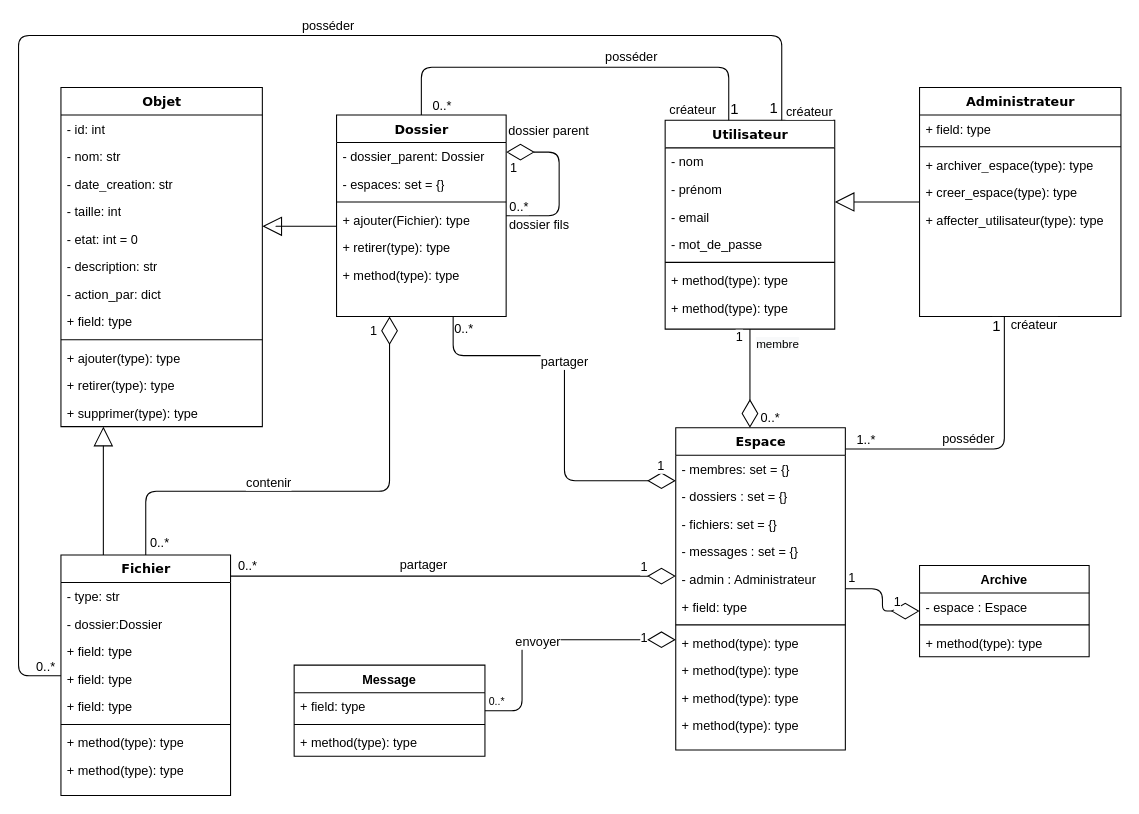
This is diagrams/Class.drawio from AbdourahamaneIssakaSani/ged, a draw.io file, before an edit. Source tidied: cells renumbered, new cells numbered last; positions are measured from the earlier drawing's top-left corner, leaving out a move shared by most shapes. Both pictures are drawn from the tidied source at 106%, with x=0, y=0 at pixel (18, 35).
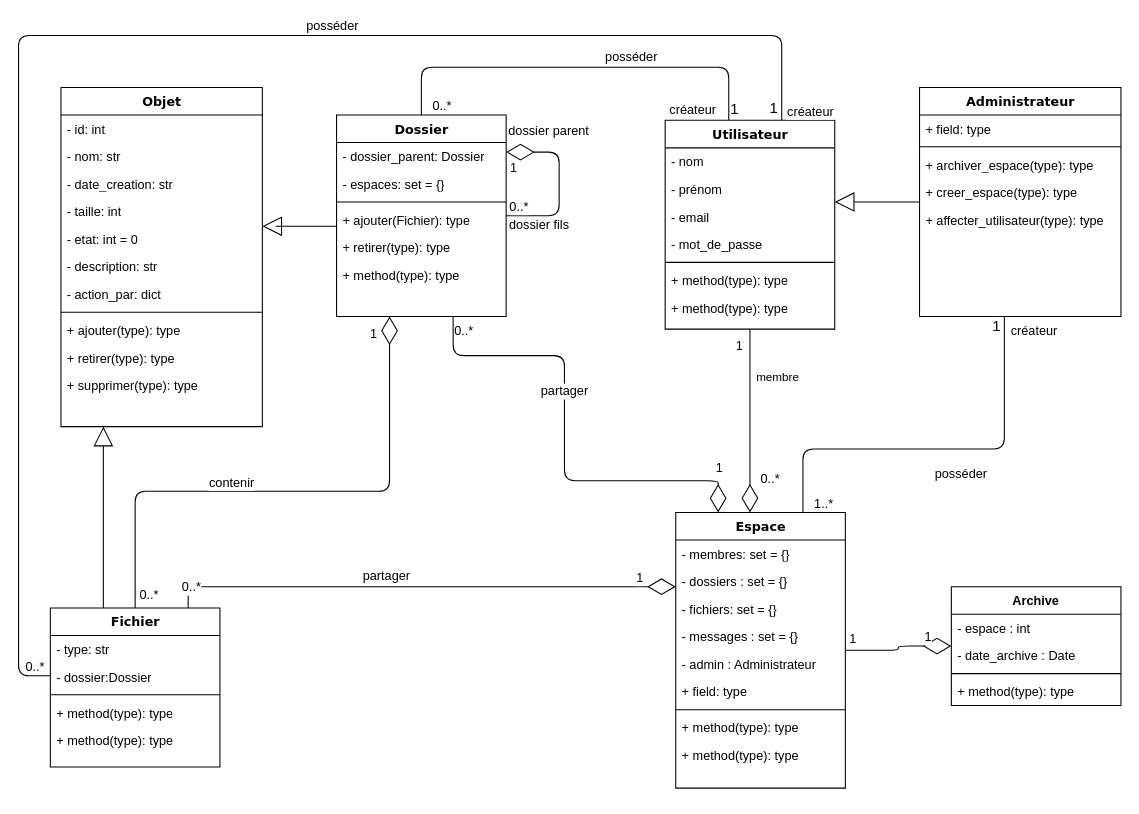
After the change.

Unchanged cells that the change refers to:
```xml
<mxCell id="15" value="Dossier" style="swimlane;html=1;fontStyle=1;align=center;verticalAlign=top;horizontal=1;startSize=26;swimlaneFillColor=#ffffff;rounded=0;shadow=0;comic=0;labelBackgroundColor=none;strokeWidth=1;fillColor=none;fontFamily=Verdana;fontSize=12;" parent="1" vertex="1">
  <mxGeometry x="300" y="75" width="160" height="190" as="geometry" />
</mxCell>
<mxCell id="43" value="Administrateur" style="swimlane;html=1;fontStyle=1;align=center;verticalAlign=top;horizontal=1;startSize=26;swimlaneFillColor=#ffffff;rounded=0;shadow=0;comic=0;labelBackgroundColor=none;strokeWidth=1;fillColor=none;fontFamily=Verdana;fontSize=12;" parent="1" vertex="1">
  <mxGeometry x="850" y="49" width="190" height="216" as="geometry" />
</mxCell>
<mxCell id="67" value="Objet" style="swimlane;html=1;fontStyle=1;align=center;verticalAlign=top;horizontal=1;startSize=26;swimlaneFillColor=#ffffff;rounded=0;shadow=0;comic=0;labelBackgroundColor=none;strokeWidth=1;fillColor=none;fontFamily=Verdana;fontSize=12;" parent="1" vertex="1">
  <mxGeometry x="40" y="49" width="190" height="320" as="geometry" />
</mxCell>
```

Diff of the diagram source:
```diff
@@
     <mxCell id="2" style="endArrow=diamondThin;endFill=0;endSize=24;html=1;edgeStyle=orthogonalEdgeStyle;fontSize=12;" parent="1" edge="1" source="15" target="30">
       <mxGeometry relative="1" as="geometry">
         <Array as="points">
           <mxPoint x="410" y="302" />
           <mxPoint x="515" y="302" />
           <mxPoint x="515" y="420" />
+          <mxPoint x="660" y="420" />
         </Array>
       </mxGeometry>
     </mxCell>
@@
     <mxCell id="4" value="&lt;font style=&quot;font-size: 12px&quot;&gt;1&lt;/font&gt;" style="edgeLabel;html=1;align=center;verticalAlign=middle;" parent="2" vertex="1">
       <mxGeometry x="0.81" y="2" relative="1" as="geometry">
-        <mxPoint x="20" y="-13" as="offset" />
+        <mxPoint x="11" y="-11" as="offset" />
       </mxGeometry>
     </mxCell>
@@
     <mxCell id="6" value="Fichier" style="swimlane;html=1;fontStyle=1;align=center;verticalAlign=top;horizontal=1;startSize=26;swimlaneFillColor=#ffffff;rounded=0;shadow=0;comic=0;labelBackgroundColor=none;strokeWidth=1;fillColor=none;fontFamily=Verdana;fontSize=12;" parent="1" vertex="1">
-      <mxGeometry x="40" y="490" width="160" height="227" as="geometry" />
+      <mxGeometry x="30" y="540" width="160" height="150" as="geometry" />
     </mxCell>
@@
-    <mxCell id="9" value="+ field: type" style="text;html=1;strokeColor=none;fillColor=none;align=left;verticalAlign=top;spacingLeft=4;spacingRight=4;whiteSpace=wrap;overflow=hidden;" parent="6" vertex="1">
-      <mxGeometry y="78" width="160" height="26" as="geometry" />
-    </mxCell>
-    <mxCell id="10" value="+ field: type" style="text;html=1;strokeColor=none;fillColor=none;align=left;verticalAlign=top;spacingLeft=4;spacingRight=4;whiteSpace=wrap;overflow=hidden;" parent="6" vertex="1">
-      <mxGeometry y="104" width="160" height="26" as="geometry" />
-    </mxCell>
-    <mxCell id="11" value="+ field: type" style="text;html=1;strokeColor=none;fillColor=none;align=left;verticalAlign=top;spacingLeft=4;spacingRight=4;whiteSpace=wrap;overflow=hidden;" parent="6" vertex="1">
-      <mxGeometry y="130" width="160" height="26" as="geometry" />
-    </mxCell>
     <mxCell id="12" style="line;html=1;strokeWidth=1;fillColor=none;align=left;verticalAlign=middle;spacingTop=-1;spacingLeft=3;spacingRight=3;labelPosition=right;" parent="6" vertex="1">
-      <mxGeometry y="156" width="160" height="8" as="geometry" />
+      <mxGeometry y="78" width="160" height="8" as="geometry" />
     </mxCell>
     <mxCell id="13" value="+ method(type): type" style="text;html=1;strokeColor=none;fillColor=none;align=left;verticalAlign=top;spacingLeft=4;spacingRight=4;whiteSpace=wrap;overflow=hidden;" parent="6" vertex="1">
-      <mxGeometry y="164" width="160" height="26" as="geometry" />
+      <mxGeometry y="86" width="160" height="26" as="geometry" />
     </mxCell>
     <mxCell id="14" value="+ method(type): type" style="text;html=1;strokeColor=none;fillColor=none;align=left;verticalAlign=top;spacingLeft=4;spacingRight=4;whiteSpace=wrap;overflow=hidden;" parent="6" vertex="1">
-      <mxGeometry y="190" width="160" height="26" as="geometry" />
+      <mxGeometry y="112" width="160" height="26" as="geometry" />
     </mxCell>
@@
     <mxCell id="30" value="Espace" style="swimlane;html=1;fontStyle=1;align=center;verticalAlign=top;horizontal=1;startSize=26;swimlaneFillColor=#ffffff;rounded=0;shadow=0;comic=0;labelBackgroundColor=none;strokeWidth=1;fillColor=none;fontFamily=Verdana;fontSize=12;" parent="1" vertex="1">
-      <mxGeometry x="620" y="370" width="160" height="304" as="geometry" />
+      <mxGeometry x="620" y="450" width="160" height="260" as="geometry" />
     </mxCell>
@@
-    <mxCell id="40" value="+ method(type): type" style="text;html=1;strokeColor=none;fillColor=none;align=left;verticalAlign=top;spacingLeft=4;spacingRight=4;whiteSpace=wrap;overflow=hidden;" parent="30" vertex="1">
-      <mxGeometry y="242" width="160" height="26" as="geometry" />
-    </mxCell>
-    <mxCell id="41" value="+ method(type): type" style="text;html=1;strokeColor=none;fillColor=none;align=left;verticalAlign=top;spacingLeft=4;spacingRight=4;whiteSpace=wrap;overflow=hidden;" parent="30" vertex="1">
-      <mxGeometry y="268" width="160" height="26" as="geometry" />
-    </mxCell>
@@
     <mxCell id="49" style="edgeStyle=orthogonalEdgeStyle;html=1;labelBackgroundColor=none;startFill=0;startSize=6;endArrow=diamondThin;endFill=0;endSize=24;fontFamily=Verdana;fontSize=12;elbow=vertical;" parent="1" edge="1" source="6" target="15">
       <mxGeometry relative="1" as="geometry">
         <Array as="points">
-          <mxPoint x="120" y="430" />
+          <mxPoint x="110" y="430" />
           <mxPoint x="350" y="430" />
         </Array>
       </mxGeometry>
     </mxCell>
@@
     <mxCell id="56" style="endArrow=diamondThin;endFill=0;endSize=24;html=1;edgeStyle=elbowEdgeStyle;elbow=vertical;" parent="1" edge="1" source="6" target="30">
       <mxGeometry relative="1" as="geometry">
         <Array as="points">
-          <mxPoint x="500" y="510" />
+          <mxPoint x="160" y="520" />
+          <mxPoint x="170" y="530" />
         </Array>
       </mxGeometry>
     </mxCell>
@@
     <mxCell id="63" value="Archive" style="swimlane;fontStyle=1;align=center;verticalAlign=top;horizontal=1;startSize=26;" parent="1" vertex="1">
-      <mxGeometry x="850" y="500" width="160" height="86" as="geometry" />
+      <mxGeometry x="880" y="520" width="160" height="112" as="geometry" />
     </mxCell>
-    <mxCell id="64" value="- espace : Espace" style="text;strokeColor=none;fillColor=none;align=left;verticalAlign=top;spacingLeft=4;spacingRight=4;overflow=hidden;" parent="63" vertex="1">
+    <mxCell id="64" value="- espace : int" style="text;strokeColor=none;fillColor=none;align=left;verticalAlign=top;spacingLeft=4;spacingRight=4;overflow=hidden;" parent="63" vertex="1">
       <mxGeometry y="26" width="160" height="26" as="geometry" />
     </mxCell>
+    <mxCell id="110" value="- date_archive : Date" style="text;strokeColor=none;fillColor=none;align=left;verticalAlign=top;spacingLeft=4;spacingRight=4;overflow=hidden;" parent="63" vertex="1">
+      <mxGeometry y="52" width="160" height="26" as="geometry" />
+    </mxCell>
     <mxCell id="65" style="line;strokeWidth=1;fillColor=none;align=left;verticalAlign=middle;spacingTop=-1;spacingLeft=3;spacingRight=3;labelPosition=right;" parent="63" vertex="1">
-      <mxGeometry y="52" width="160" height="8" as="geometry" />
+      <mxGeometry y="78" width="160" height="8" as="geometry" />
     </mxCell>
     <mxCell id="66" value="+ method(type): type" style="text;strokeColor=none;fillColor=none;align=left;verticalAlign=top;spacingLeft=4;spacingRight=4;overflow=hidden;" parent="63" vertex="1">
-      <mxGeometry y="60" width="160" height="26" as="geometry" />
+      <mxGeometry y="86" width="160" height="26" as="geometry" />
     </mxCell>
@@
-    <mxCell id="75" value="+ field: type" style="text;html=1;strokeColor=none;fillColor=none;align=left;verticalAlign=top;spacingLeft=4;spacingRight=4;whiteSpace=wrap;overflow=hidden;" parent="67" vertex="1">
-      <mxGeometry y="208" width="190" height="26" as="geometry" />
-    </mxCell>
     <mxCell id="76" style="line;html=1;strokeWidth=1;fillColor=none;align=left;verticalAlign=middle;spacingTop=-1;spacingLeft=3;spacingRight=3;labelPosition=right;" parent="67" vertex="1">
-      <mxGeometry y="234" width="190" height="8" as="geometry" />
+      <mxGeometry y="208" width="190" height="8" as="geometry" />
     </mxCell>
     <mxCell id="77" value="+ ajouter(type): type" style="text;html=1;strokeColor=none;fillColor=none;align=left;verticalAlign=top;spacingLeft=4;spacingRight=4;whiteSpace=wrap;overflow=hidden;" parent="67" vertex="1">
-      <mxGeometry y="242" width="190" height="26" as="geometry" />
+      <mxGeometry y="216" width="190" height="26" as="geometry" />
     </mxCell>
     <mxCell id="78" value="+ retirer(type): type" style="text;html=1;strokeColor=none;fillColor=none;align=left;verticalAlign=top;spacingLeft=4;spacingRight=4;whiteSpace=wrap;overflow=hidden;" parent="67" vertex="1">
-      <mxGeometry y="268" width="190" height="26" as="geometry" />
+      <mxGeometry y="242" width="190" height="26" as="geometry" />
     </mxCell>
     <mxCell id="79" value="+ supprimer(type): type" style="text;html=1;strokeColor=none;fillColor=none;align=left;verticalAlign=top;spacingLeft=4;spacingRight=4;whiteSpace=wrap;overflow=hidden;" parent="67" vertex="1">
-      <mxGeometry y="294" width="190" height="26" as="geometry" />
+      <mxGeometry y="268" width="190" height="26" as="geometry" />
     </mxCell>
@@
-    <mxCell id="82" style="endArrow=diamondThin;endFill=0;endSize=24;html=1;snapToPoint=0;fixDash=0;noJump=0;shadow=0;sketch=0;edgeStyle=orthogonalEdgeStyle;" parent="1" edge="1" source="86" target="30">
-      <mxGeometry relative="1" as="geometry">
-        <Array as="points">
-          <mxPoint x="475" y="637" />
-          <mxPoint x="475" y="570" />
-        </Array>
-      </mxGeometry>
-    </mxCell>
-    <mxCell id="83" value="&lt;font style=&quot;font-size: 12px&quot;&gt;envoyer&lt;/font&gt;" style="edgeLabel;html=1;align=center;verticalAlign=middle;" parent="82" vertex="1">
-      <mxGeometry x="-0.06" y="-1" relative="1" as="geometry" />
-    </mxCell>
-    <mxCell id="84" value="&lt;font size=&quot;1&quot;&gt;0..*&lt;/font&gt;" style="edgeLabel;html=1;align=center;verticalAlign=middle;" parent="82" vertex="1">
-      <mxGeometry x="-0.95" y="-1" relative="1" as="geometry">
-        <mxPoint x="4" y="-11" as="offset" />
-      </mxGeometry>
-    </mxCell>
-    <mxCell id="85" value="1" style="edgeLabel;html=1;align=center;verticalAlign=middle;fontSize=12;" parent="82" vertex="1">
-      <mxGeometry x="0.78" y="2" relative="1" as="geometry">
-        <mxPoint x="-4" as="offset" />
-      </mxGeometry>
-    </mxCell>
-    <mxCell id="86" value="Message" style="swimlane;fontStyle=1;align=center;verticalAlign=top;horizontal=1;startSize=26;" parent="1" vertex="1">
-      <mxGeometry x="260" y="594" width="180" height="86" as="geometry" />
-    </mxCell>
-    <mxCell id="87" value="+ field: type" style="text;strokeColor=none;fillColor=none;align=left;verticalAlign=top;spacingLeft=4;spacingRight=4;overflow=hidden;" parent="86" vertex="1">
-      <mxGeometry y="26" width="180" height="26" as="geometry" />
-    </mxCell>
-    <mxCell id="88" style="line;strokeWidth=1;fillColor=none;align=left;verticalAlign=middle;spacingTop=-1;spacingLeft=3;spacingRight=3;labelPosition=right;" parent="86" vertex="1">
-      <mxGeometry y="52" width="180" height="8" as="geometry" />
-    </mxCell>
-    <mxCell id="89" value="+ method(type): type" style="text;strokeColor=none;fillColor=none;align=left;verticalAlign=top;spacingLeft=4;spacingRight=4;overflow=hidden;" parent="86" vertex="1">
-      <mxGeometry y="60" width="180" height="26" as="geometry" />
-    </mxCell>
     <mxCell id="90" style="endArrow=none;html=1;shadow=0;startSize=6;endSize=24;edgeStyle=orthogonalEdgeStyle;" parent="1" edge="1" source="43" target="30">
       <mxGeometry relative="1" as="geometry">
         <Array as="points">
           <mxPoint x="930" y="390" />
+          <mxPoint x="740" y="390" />
         </Array>
       </mxGeometry>
     </mxCell>
```
